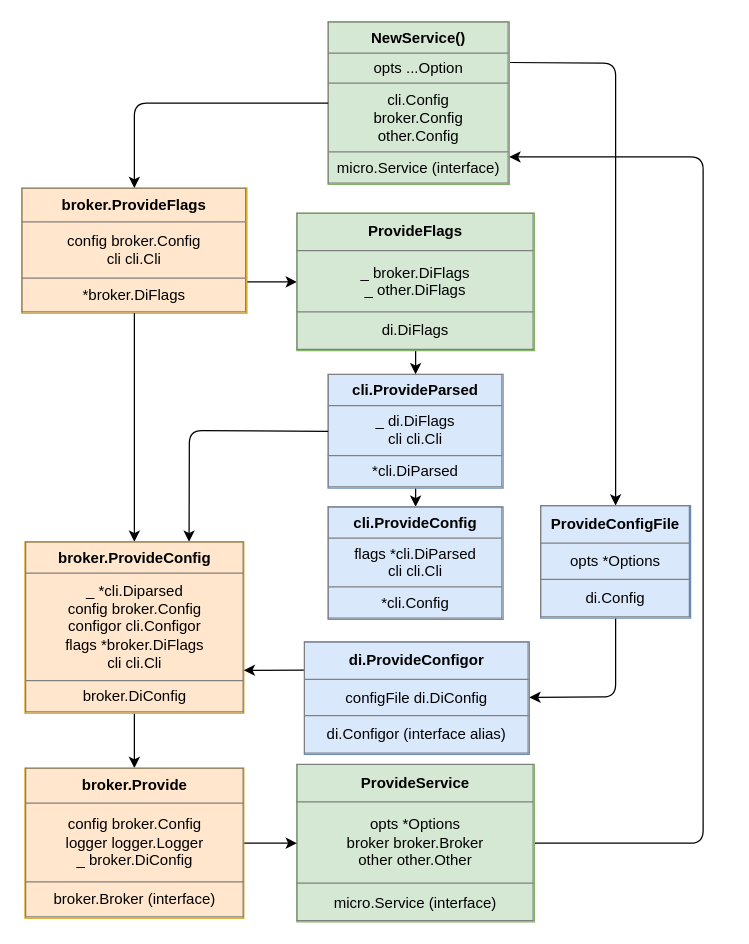
Before: docs/wire/new_wire_di.dio in jochumdev/microwire, a draw.io diagram. Source tidied: cells renumbered, new cells numbered last; positions are measured from the earlier drawing's top-left corner, leaving out a move shared by most shapes. Both pictures are drawn from the tidied source at 125%, with x=0, y=0 at pixel (21, 21).
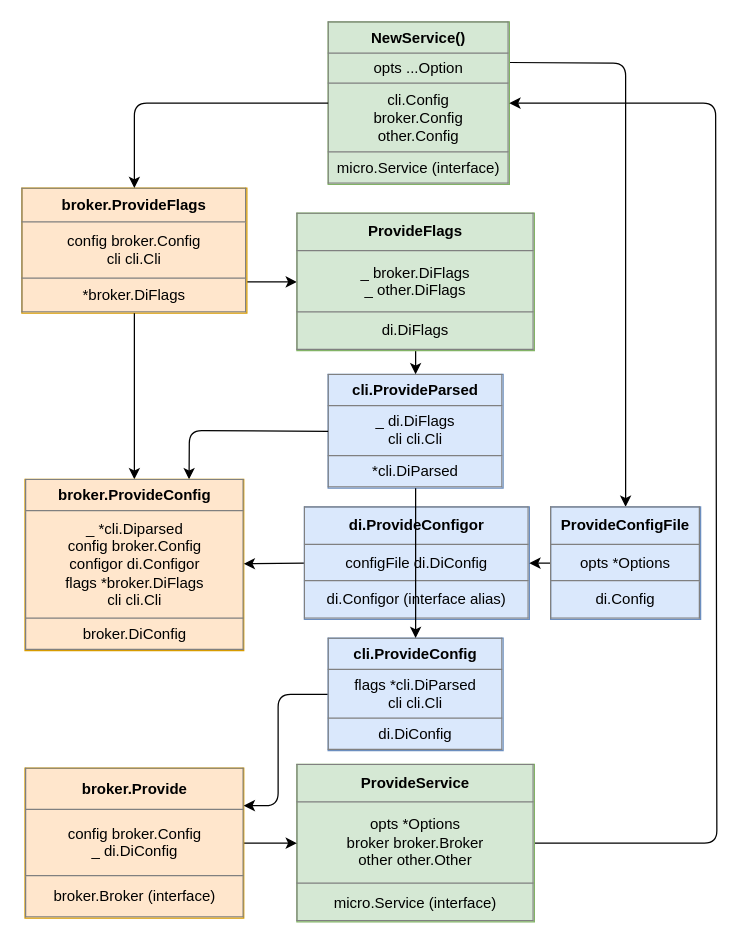
Above is the later version.

Commit message (it also covers changes not shown here):
(docs): update new_wire Diagram

The change refers to these unchanged cells:
```xml
<mxCell id="3" value="&lt;table border=&quot;1&quot; width=&quot;100%&quot; height=&quot;100%&quot; cellpadding=&quot;4&quot; style=&quot;width: 100%; height: 100%; border-collapse: collapse;&quot;&gt;&lt;tbody&gt;&lt;tr&gt;&lt;th align=&quot;center&quot;&gt;&lt;b&gt;NewService()&lt;/b&gt;&lt;/th&gt;&lt;/tr&gt;&lt;tr&gt;&lt;td align=&quot;center&quot;&gt;opts ...Option&lt;/td&gt;&lt;/tr&gt;&lt;tr&gt;&lt;td align=&quot;center&quot;&gt;cli.Config&lt;br&gt;broker.Config&lt;br&gt;other.Config&lt;/td&gt;&lt;/tr&gt;&lt;tr&gt;&lt;td style=&quot;text-align: center;&quot;&gt;micro.Service (interface)&lt;/td&gt;&lt;/tr&gt;&lt;/tbody&gt;&lt;/table&gt;" style="text;html=1;strokeColor=#82b366;fillColor=#d5e8d4;overflow=fill;" parent="1" vertex="1">
  <mxGeometry x="245" width="145" height="130" as="geometry" />
</mxCell>
<mxCell id="5" value="&lt;table border=&quot;1&quot; width=&quot;100%&quot; height=&quot;100%&quot; cellpadding=&quot;4&quot; style=&quot;width: 100%; height: 100%; border-collapse: collapse;&quot;&gt;&lt;tbody&gt;&lt;tr&gt;&lt;th align=&quot;center&quot;&gt;cli.ProvideParsed&lt;/th&gt;&lt;/tr&gt;&lt;tr&gt;&lt;td align=&quot;center&quot;&gt;_ di.DiFlags&lt;br&gt;cli cli.Cli&lt;br&gt;&lt;/td&gt;&lt;/tr&gt;&lt;tr&gt;&lt;td align=&quot;center&quot;&gt;*cli.DiParsed&lt;br&gt;&lt;/td&gt;&lt;/tr&gt;&lt;/tbody&gt;&lt;/table&gt;" style="text;html=1;strokeColor=#6c8ebf;fillColor=#dae8fc;overflow=fill;" parent="1" vertex="1">
  <mxGeometry x="245" y="282" width="140" height="91" as="geometry" />
</mxCell>
<mxCell id="7" value="&lt;table border=&quot;1&quot; width=&quot;100%&quot; height=&quot;100%&quot; cellpadding=&quot;4&quot; style=&quot;width: 100%; height: 100%; border-collapse: collapse;&quot;&gt;&lt;tbody&gt;&lt;tr&gt;&lt;th align=&quot;center&quot;&gt;ProvideService&lt;/th&gt;&lt;/tr&gt;&lt;tr&gt;&lt;td align=&quot;center&quot;&gt;opts *Options&lt;br&gt;broker broker.Broker&lt;br&gt;other other.Other&lt;br&gt;&lt;/td&gt;&lt;/tr&gt;&lt;tr&gt;&lt;td align=&quot;center&quot;&gt;micro.Service (interface)&lt;br&gt;&lt;/td&gt;&lt;/tr&gt;&lt;/tbody&gt;&lt;/table&gt;" style="text;html=1;strokeColor=#82b366;fillColor=#d5e8d4;overflow=fill;" parent="1" vertex="1">
  <mxGeometry x="220" y="594" width="190" height="126" as="geometry" />
</mxCell>
```

Change to the diagram source:
```diff
@@
     <mxCell id="2" style="edgeStyle=none;html=1;exitX=1;exitY=0.25;exitDx=0;exitDy=0;entryX=0.5;entryY=0;entryDx=0;entryDy=0;" parent="1" edge="1" source="3" target="23">
       <mxGeometry relative="1" as="geometry">
         <Array as="points">
-          <mxPoint x="475" y="33" />
+          <mxPoint x="483" y="33" />
         </Array>
       </mxGeometry>
     </mxCell>
@@
-    <mxCell id="4" style="edgeStyle=none;html=1;exitX=0.5;exitY=1;exitDx=0;exitDy=0;entryX=0.5;entryY=0;entryDx=0;entryDy=0;" parent="1" edge="1" source="5" target="21">
-      <mxGeometry relative="1" as="geometry" />
-    </mxCell>
@@
-    <mxCell id="6" style="edgeStyle=none;html=1;entryX=1;entryY=0.831;entryDx=0;entryDy=0;entryPerimeter=0;" parent="1" edge="1" source="7" target="3">
+    <mxCell id="6" style="edgeStyle=none;html=1;exitX=1;exitY=0.5;exitDx=0;exitDy=0;" parent="1" edge="1" source="7" target="3">
       <mxGeometry relative="1" as="geometry">
         <Array as="points">
-          <mxPoint x="545" y="657" />
-          <mxPoint x="545" y="108" />
+          <mxPoint x="556" y="657" />
+          <mxPoint x="555" y="65" />
         </Array>
       </mxGeometry>
     </mxCell>
@@
-    <mxCell id="12" style="edgeStyle=none;html=1;entryX=0.5;entryY=0;entryDx=0;entryDy=0;" parent="1" edge="1" source="15" target="20">
-      <mxGeometry relative="1" as="geometry" />
-    </mxCell>
@@
-    <mxCell id="15" value="&lt;table border=&quot;1&quot; width=&quot;100%&quot; height=&quot;100%&quot; cellpadding=&quot;4&quot; style=&quot;width: 100%; height: 100%; border-collapse: collapse;&quot;&gt;&lt;tbody&gt;&lt;tr&gt;&lt;th align=&quot;center&quot;&gt;broker.ProvideConfig&lt;/th&gt;&lt;/tr&gt;&lt;tr&gt;&lt;td align=&quot;center&quot;&gt;_ *cli.Diparsed&lt;br&gt;config broker.Config&lt;br&gt;configor cli.Configor&lt;br&gt;flags *broker.DiFlags&lt;br&gt;cli cli.Cli&lt;/td&gt;&lt;/tr&gt;&lt;tr&gt;&lt;td align=&quot;center&quot;&gt;broker.DiConfig&lt;br&gt;&lt;/td&gt;&lt;/tr&gt;&lt;/tbody&gt;&lt;/table&gt;" style="text;html=1;strokeColor=#d79b00;fillColor=#ffe6cc;overflow=fill;" parent="1" vertex="1">
-      <mxGeometry x="2.5" y="416" width="175" height="137" as="geometry" />
+    <mxCell id="15" value="&lt;table border=&quot;1&quot; width=&quot;100%&quot; height=&quot;100%&quot; cellpadding=&quot;4&quot; style=&quot;width: 100%; height: 100%; border-collapse: collapse;&quot;&gt;&lt;tbody&gt;&lt;tr&gt;&lt;th align=&quot;center&quot;&gt;broker.ProvideConfig&lt;/th&gt;&lt;/tr&gt;&lt;tr&gt;&lt;td align=&quot;center&quot;&gt;_ *cli.Diparsed&lt;br&gt;config broker.Config&lt;br&gt;configor di.Configor&lt;br&gt;flags *broker.DiFlags&lt;br&gt;cli cli.Cli&lt;/td&gt;&lt;/tr&gt;&lt;tr&gt;&lt;td align=&quot;center&quot;&gt;broker.DiConfig&lt;br&gt;&lt;/td&gt;&lt;/tr&gt;&lt;/tbody&gt;&lt;/table&gt;" style="text;html=1;strokeColor=#d79b00;fillColor=#ffe6cc;overflow=fill;" parent="1" vertex="1">
+      <mxGeometry x="2.5" y="366" width="175" height="137" as="geometry" />
     </mxCell>
-    <mxCell id="16" style="edgeStyle=none;html=1;exitX=0;exitY=0.25;exitDx=0;exitDy=0;entryX=1;entryY=0.75;entryDx=0;entryDy=0;" parent="1" edge="1" source="17" target="15">
+    <mxCell id="16" style="edgeStyle=none;html=1;exitX=0;exitY=0.5;exitDx=0;exitDy=0;" parent="1" edge="1" source="17" target="15">
       <mxGeometry relative="1" as="geometry" />
     </mxCell>
     <mxCell id="17" value="&lt;table border=&quot;1&quot; width=&quot;100%&quot; height=&quot;100%&quot; cellpadding=&quot;4&quot; style=&quot;width: 100%; height: 100%; border-collapse: collapse;&quot;&gt;&lt;tbody&gt;&lt;tr&gt;&lt;th align=&quot;center&quot;&gt;di.ProvideConfigor&lt;/th&gt;&lt;/tr&gt;&lt;tr&gt;&lt;td align=&quot;center&quot;&gt;configFile di.DiConfig&lt;br&gt;&lt;/td&gt;&lt;/tr&gt;&lt;tr&gt;&lt;td align=&quot;center&quot;&gt;di.Configor (interface alias)&lt;/td&gt;&lt;/tr&gt;&lt;/tbody&gt;&lt;/table&gt;" style="text;html=1;strokeColor=#6c8ebf;fillColor=#dae8fc;overflow=fill;" parent="1" vertex="1">
-      <mxGeometry x="226" y="496" width="180" height="90" as="geometry" />
+      <mxGeometry x="226" y="388" width="180" height="90" as="geometry" />
     </mxCell>
@@
-    <mxCell id="20" value="&lt;table border=&quot;1&quot; width=&quot;100%&quot; height=&quot;100%&quot; cellpadding=&quot;4&quot; style=&quot;width: 100%; height: 100%; border-collapse: collapse;&quot;&gt;&lt;tbody&gt;&lt;tr&gt;&lt;th align=&quot;center&quot;&gt;broker.Provide&lt;/th&gt;&lt;/tr&gt;&lt;tr&gt;&lt;td align=&quot;center&quot;&gt;config broker.Config&lt;br&gt;logger logger.Logger&lt;br&gt;_ broker.DiConfig&lt;br&gt;&lt;/td&gt;&lt;/tr&gt;&lt;tr&gt;&lt;td align=&quot;center&quot;&gt;broker.Broker (interface)&lt;br&gt;&lt;/td&gt;&lt;/tr&gt;&lt;/tbody&gt;&lt;/table&gt;" style="text;html=1;strokeColor=#d79b00;fillColor=#ffe6cc;overflow=fill;" parent="1" vertex="1">
+    <mxCell id="20" value="&lt;table border=&quot;1&quot; width=&quot;100%&quot; height=&quot;100%&quot; cellpadding=&quot;4&quot; style=&quot;width: 100%; height: 100%; border-collapse: collapse;&quot;&gt;&lt;tbody&gt;&lt;tr&gt;&lt;th align=&quot;center&quot;&gt;broker.Provide&lt;/th&gt;&lt;/tr&gt;&lt;tr&gt;&lt;td align=&quot;center&quot;&gt;config broker.Config&lt;br&gt;_ di.DiConfig&lt;br&gt;&lt;/td&gt;&lt;/tr&gt;&lt;tr&gt;&lt;td align=&quot;center&quot;&gt;broker.Broker (interface)&lt;br&gt;&lt;/td&gt;&lt;/tr&gt;&lt;/tbody&gt;&lt;/table&gt;" style="text;html=1;strokeColor=#d79b00;fillColor=#ffe6cc;overflow=fill;" parent="1" vertex="1">
       <mxGeometry x="2.5" y="597" width="175" height="120" as="geometry" />
     </mxCell>
+    <mxCell id="24" style="edgeStyle=none;html=1;exitX=0;exitY=0.5;exitDx=0;exitDy=0;entryX=1;entryY=0.25;entryDx=0;entryDy=0;" parent="1" edge="1" source="21" target="20">
+      <mxGeometry relative="1" as="geometry">
+        <Array as="points">
+          <mxPoint x="205" y="538" />
+          <mxPoint x="205" y="627" />
+        </Array>
+      </mxGeometry>
+    </mxCell>
-    <mxCell id="21" value="&lt;table border=&quot;1&quot; width=&quot;100%&quot; height=&quot;100%&quot; cellpadding=&quot;4&quot; style=&quot;width: 100%; height: 100%; border-collapse: collapse;&quot;&gt;&lt;tbody&gt;&lt;tr&gt;&lt;th align=&quot;center&quot;&gt;cli.ProvideConfig&lt;/th&gt;&lt;/tr&gt;&lt;tr&gt;&lt;td align=&quot;center&quot;&gt;flags *cli.DiParsed&lt;br&gt;cli cli.Cli&lt;br&gt;&lt;/td&gt;&lt;/tr&gt;&lt;tr&gt;&lt;td align=&quot;center&quot;&gt;*cli.Config&lt;br&gt;&lt;/td&gt;&lt;/tr&gt;&lt;/tbody&gt;&lt;/table&gt;" style="text;html=1;strokeColor=#6c8ebf;fillColor=#dae8fc;overflow=fill;" parent="1" vertex="1">
-      <mxGeometry x="245" y="388" width="140" height="90" as="geometry" />
+    <mxCell id="21" value="&lt;table border=&quot;1&quot; width=&quot;100%&quot; height=&quot;100%&quot; cellpadding=&quot;4&quot; style=&quot;width: 100%; height: 100%; border-collapse: collapse;&quot;&gt;&lt;tbody&gt;&lt;tr&gt;&lt;th align=&quot;center&quot;&gt;cli.ProvideConfig&lt;/th&gt;&lt;/tr&gt;&lt;tr&gt;&lt;td align=&quot;center&quot;&gt;flags *cli.DiParsed&lt;br&gt;cli cli.Cli&lt;br&gt;&lt;/td&gt;&lt;/tr&gt;&lt;tr&gt;&lt;td align=&quot;center&quot;&gt;di.DiConfig&lt;br&gt;&lt;/td&gt;&lt;/tr&gt;&lt;/tbody&gt;&lt;/table&gt;" style="text;html=1;strokeColor=#6c8ebf;fillColor=#dae8fc;overflow=fill;" parent="1" vertex="1">
+      <mxGeometry x="245" y="493" width="140" height="90" as="geometry" />
     </mxCell>
-    <mxCell id="22" style="edgeStyle=none;html=1;exitX=0.5;exitY=1;exitDx=0;exitDy=0;" parent="1" edge="1" source="23" target="17">
-      <mxGeometry relative="1" as="geometry">
-        <Array as="points">
-          <mxPoint x="475" y="540" />
-        </Array>
-      </mxGeometry>
+    <mxCell id="22" style="edgeStyle=none;html=1;exitX=0;exitY=0.5;exitDx=0;exitDy=0;entryX=1;entryY=0.5;entryDx=0;entryDy=0;" parent="1" edge="1" source="23" target="17">
+      <mxGeometry relative="1" as="geometry" />
     </mxCell>
     <mxCell id="23" value="&lt;table border=&quot;1&quot; width=&quot;100%&quot; height=&quot;100%&quot; cellpadding=&quot;4&quot; style=&quot;width: 100%; height: 100%; border-collapse: collapse;&quot;&gt;&lt;tbody&gt;&lt;tr&gt;&lt;th align=&quot;center&quot;&gt;ProvideConfigFile&lt;/th&gt;&lt;/tr&gt;&lt;tr&gt;&lt;td align=&quot;center&quot;&gt;opts *Options&lt;br&gt;&lt;/td&gt;&lt;/tr&gt;&lt;tr&gt;&lt;td align=&quot;center&quot;&gt;di.Config&lt;/td&gt;&lt;/tr&gt;&lt;/tbody&gt;&lt;/table&gt;" style="text;html=1;strokeColor=#6c8ebf;fillColor=#dae8fc;overflow=fill;" parent="1" vertex="1">
-      <mxGeometry x="415" y="387" width="120" height="90" as="geometry" />
+      <mxGeometry x="423" y="388" width="120" height="90" as="geometry" />
     </mxCell>
+    <mxCell id="4" style="edgeStyle=none;html=1;exitX=0.5;exitY=1;exitDx=0;exitDy=0;entryX=0.5;entryY=0;entryDx=0;entryDy=0;" parent="1" edge="1" source="5" target="21">
+      <mxGeometry relative="1" as="geometry" />
+    </mxCell>
```
